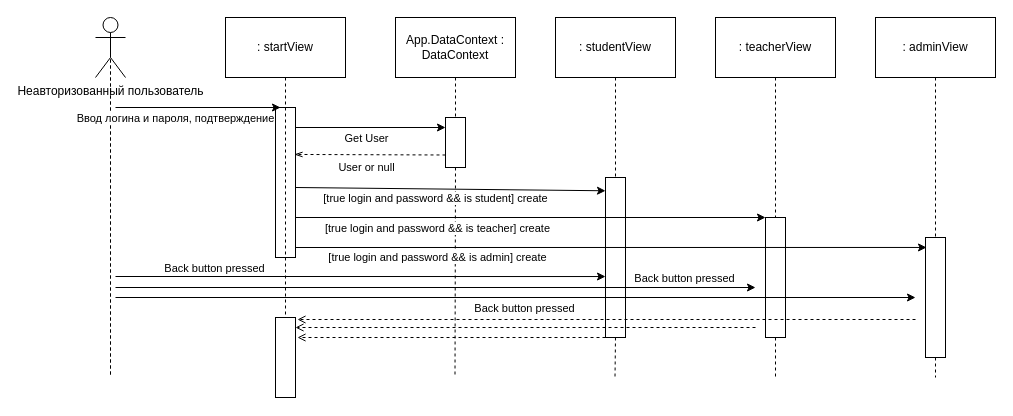
Before: Sequence.drawio in SneakBug8/BusinessAnalysis, a draw.io diagram. Source tidied: cells renumbered, new cells numbered last; positions are measured from the earlier drawing's top-left corner, leaving out a move shared by most shapes. Both pictures are drawn from the tidied source at 100%, with x=0, y=0 at pixel (95, 17).
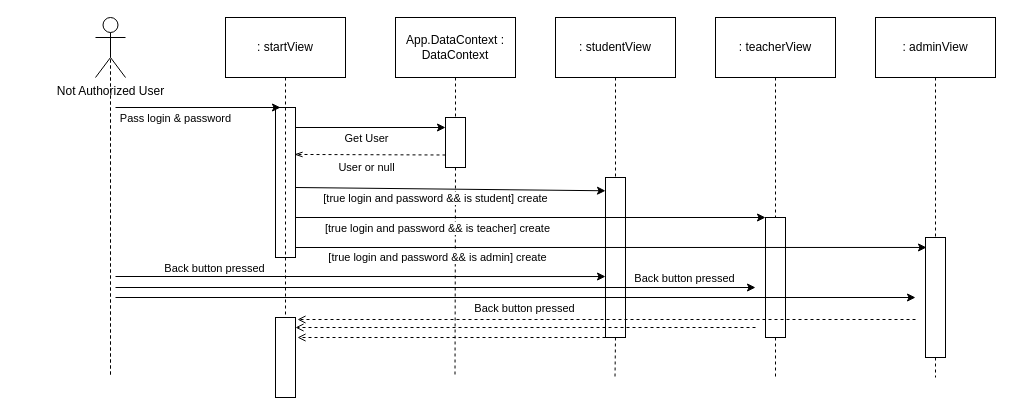
The same diagram, later.

Commit message (it also covers changes not shown here):
Sequence Diagram update

The change refers to these unchanged cells:
```xml
<mxCell id="10" style="endArrow=classic;html=1;entryX=0.25;entryY=0;entryDx=0;entryDy=0;" parent="1" edge="1" target="3">
  <mxGeometry relative="1" as="geometry">
    <mxPoint x="20" y="90" as="sourcePoint" />
  </mxGeometry>
</mxCell>
```

Diff of the diagram source:
```diff
@@
-    <mxCell id="4" value="&lt;div&gt;Неавторизованный пользователь&lt;/div&gt;" style="shape=umlActor;verticalLabelPosition=bottom;labelBackgroundColor=#ffffff;verticalAlign=top;html=1;outlineConnect=0;" parent="1" vertex="1">
+    <mxCell id="4" value="Not Authorized User" style="shape=umlActor;verticalLabelPosition=bottom;labelBackgroundColor=#ffffff;verticalAlign=top;html=1;outlineConnect=0;" parent="1" vertex="1">
       <mxGeometry width="30" height="60" as="geometry" />
     </mxCell>
@@
-    <mxCell id="11" value="&lt;div&gt;Ввод логина и пароля, подтверждение&lt;/div&gt;" style="edgeLabel;html=1;align=center;verticalAlign=middle;" parent="10" vertex="1">
+    <mxCell id="11" value="&lt;div&gt;Pass login &amp;amp; password&lt;/div&gt;" style="edgeLabel;html=1;align=center;verticalAlign=middle;" parent="10" vertex="1">
       <mxGeometry x="-0.61" y="-2" relative="1" as="geometry">
         <mxPoint x="27" y="8" as="offset" />
       </mxGeometry>
     </mxCell>
```
